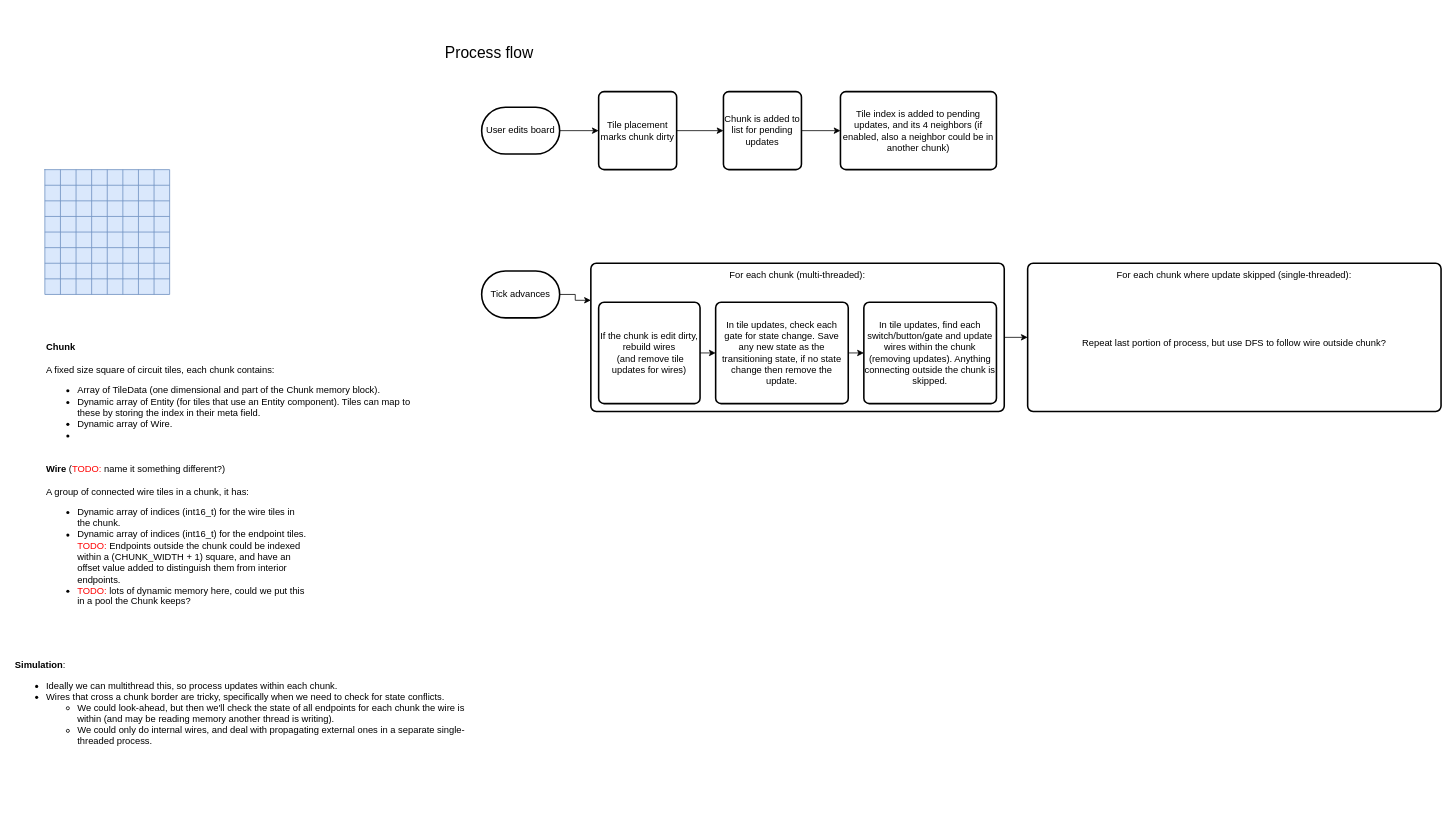
Before: page "Simulation" (2 of 2) of dev/chunk_rendering.drawio in tdepke2/CircuitSim2, a draw.io diagram. Source tidied: cells renumbered, new cells numbered last; positions are measured from the earlier drawing's top-left corner, leaving out a move shared by most shapes. Both pictures are drawn from the tidied source at 78%, with x=0, y=0 at pixel (13, 13).
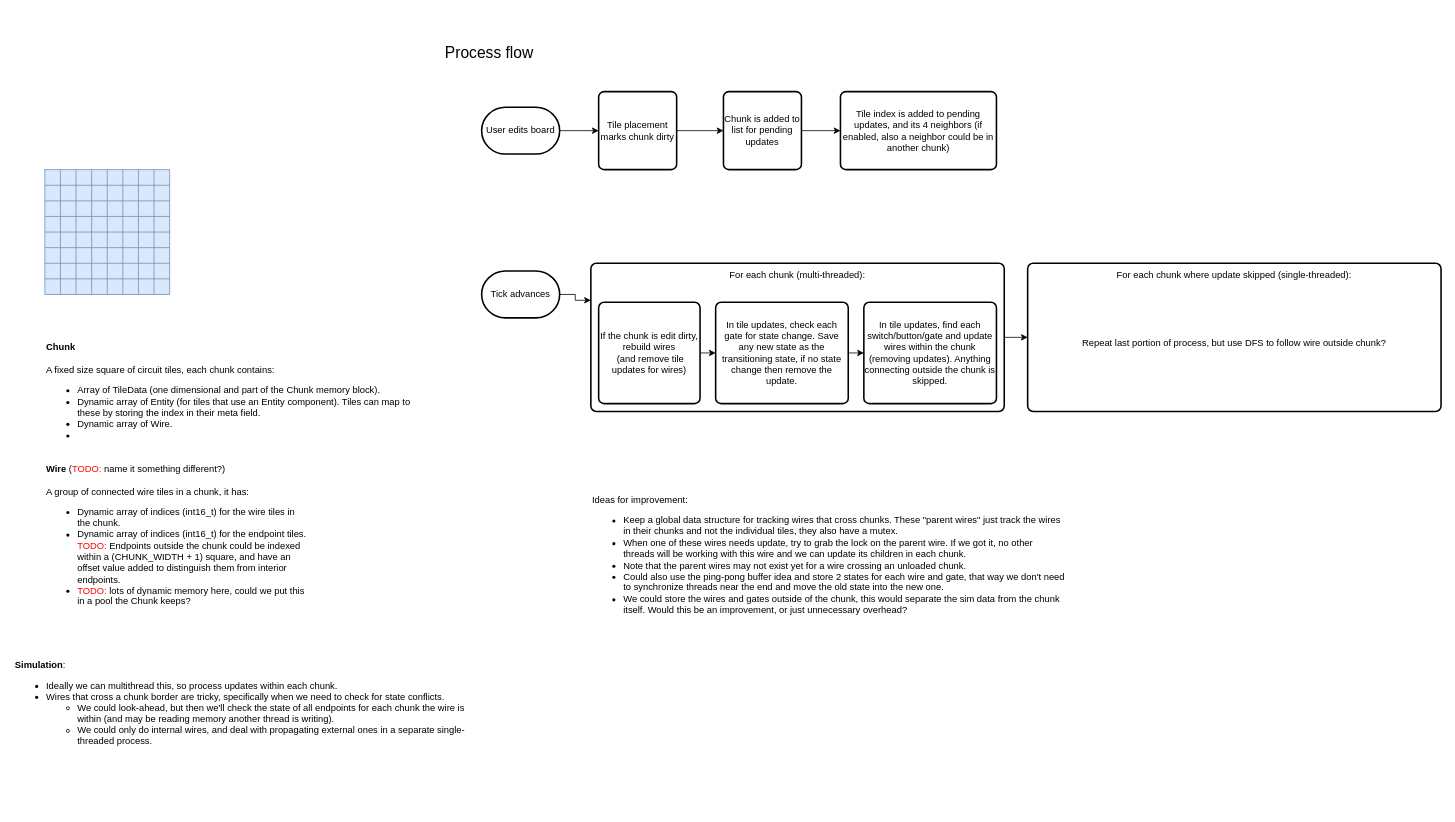
After the change.

Change to the diagram source:
```diff
@@
+    <mxCell id="96" value="&lt;div align=&quot;left&quot;&gt;Ideas for improvement:&lt;/div&gt;&lt;div align=&quot;left&quot;&gt;&lt;ul&gt;&lt;li&gt;Keep a global data structure for tracking wires that cross chunks. These &quot;parent wires&quot; just track the wires in their chunks and not the individual tiles, they also have a mutex.&lt;/li&gt;&lt;li&gt;When one of these wires needs update, try to grab the lock on the parent wire. If we got it, no other threads will be working with this wire and we can update its children in each chunk.&lt;/li&gt;&lt;li&gt;Note that the parent wires may not exist yet for a wire crossing an unloaded chunk.&lt;/li&gt;&lt;li&gt;Could also use the ping-pong buffer idea and store 2 states for each wire and gate, that way we don't need to synchronize threads near the end and move the old state into the new one.&lt;/li&gt;&lt;li&gt;We could store the wires and gates outside of the chunk, this would separate the sim data from the chunk itself. Would this be an improvement, or just unnecessary overhead?&lt;/li&gt;&lt;/ul&gt;&lt;/div&gt;" style="text;html=1;align=left;verticalAlign=middle;whiteSpace=wrap;rounded=0;" parent="1" vertex="1">
+      <mxGeometry x="740" y="570" width="610" height="260" as="geometry" />
+    </mxCell>
```
